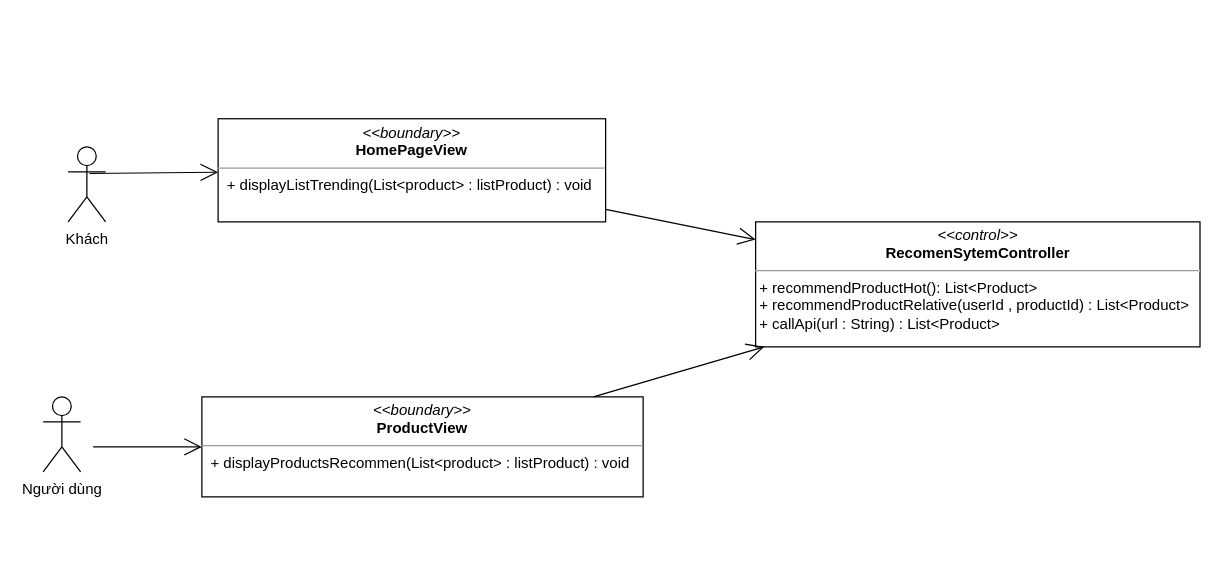
Above: class diagram/recommend-class-diagram.drawio in nguyenphamvan/datn_20202 (draw.io), before the change. Source tidied: cells renumbered, new cells numbered last; positions are measured from the earlier drawing's top-left corner, leaving out a move shared by most shapes. Both pictures are drawn from the tidied source at 125%, with x=0, y=0 at pixel (42, 119).
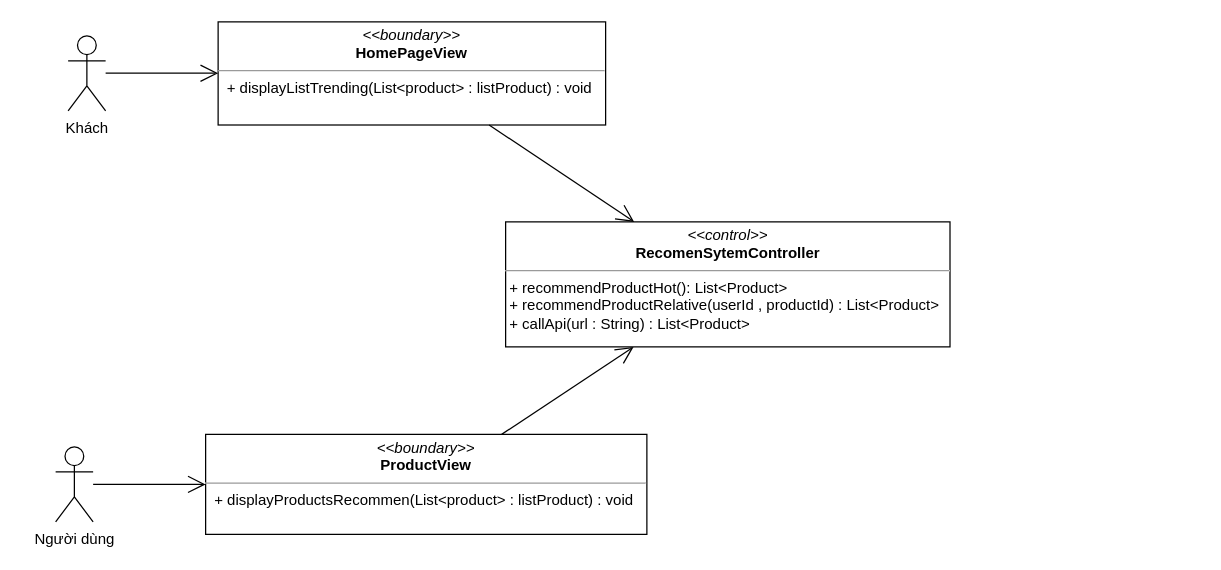
The same diagram, later.

The edit, as a diff of the source:
```diff
@@
 <mxGraphModel>
   <root>
     <mxCell id="0" />
     <mxCell id="1" parent="0" />
     <mxCell id="2" value="&lt;p style=&quot;margin: 0px ; margin-top: 4px ; text-align: center&quot;&gt;&lt;i&gt;&amp;lt;&amp;lt;boundary&amp;gt;&amp;gt;&lt;/i&gt;&lt;br&gt;&lt;b&gt;HomePageView&lt;/b&gt;&lt;/p&gt;&lt;hr size=&quot;1&quot;&gt;&lt;p style=&quot;margin: 0px ; margin-left: 4px&quot;&gt;&lt;span&gt;&amp;nbsp;+ displayListTrending(List&amp;lt;product&amp;gt; : listProduct) : void&lt;/span&gt;&lt;br&gt;&lt;/p&gt;" style="verticalAlign=top;align=left;overflow=fill;fontSize=12;fontFamily=Helvetica;html=1;" parent="1" vertex="1">
-      <mxGeometry x="140" y="-0.5" width="310" height="82.5" as="geometry" />
+      <mxGeometry x="140" y="-78" width="310" height="82.5" as="geometry" />
     </mxCell>
     <mxCell id="3" value="Người dùng" style="shape=umlActor;verticalLabelPosition=bottom;verticalAlign=top;html=1;" parent="1" vertex="1">
-      <mxGeometry y="222" width="30" height="60" as="geometry" />
+      <mxGeometry x="10" y="262" width="30" height="60" as="geometry" />
     </mxCell>
     <mxCell id="4" value="&lt;p style=&quot;margin: 0px ; margin-top: 4px ; text-align: center&quot;&gt;&lt;i&gt;&amp;lt;&amp;lt;boundary&amp;gt;&amp;gt;&lt;/i&gt;&lt;br&gt;&lt;b&gt;ProductView&lt;/b&gt;&lt;/p&gt;&lt;hr size=&quot;1&quot;&gt;&lt;p style=&quot;margin: 0px ; margin-left: 4px&quot;&gt;&lt;span&gt;&amp;nbsp;+ displayProductsRecommen(List&amp;lt;product&amp;gt; : listProduct) : void&lt;/span&gt;&lt;br&gt;&lt;/p&gt;" style="verticalAlign=top;align=left;overflow=fill;fontSize=12;fontFamily=Helvetica;html=1;" parent="1" vertex="1">
-      <mxGeometry x="127" y="222" width="353" height="80" as="geometry" />
+      <mxGeometry x="130" y="252" width="353" height="80" as="geometry" />
     </mxCell>
     <mxCell id="5" value="&lt;p style=&quot;margin: 0px ; margin-top: 4px ; text-align: center&quot;&gt;&lt;i&gt;&amp;lt;&amp;lt;control&amp;gt;&amp;gt;&lt;/i&gt;&lt;br&gt;&lt;b&gt;RecomenSytemController&lt;/b&gt;&lt;/p&gt;&lt;hr size=&quot;1&quot;&gt;&amp;nbsp;+ recommendProductHot(): List&amp;lt;Product&amp;gt;&lt;br&gt;&amp;nbsp;+ recommendProductRelative(userId , productId) : List&amp;lt;Product&amp;gt;&lt;br&gt;&amp;nbsp;+ callApi(url : String) : List&amp;lt;Product&amp;gt;" style="verticalAlign=top;align=left;overflow=fill;fontSize=12;fontFamily=Helvetica;html=1;" parent="1" vertex="1">
-      <mxGeometry x="570" y="82" width="355.5" height="100" as="geometry" />
+      <mxGeometry x="370" y="82" width="355.5" height="100" as="geometry" />
     </mxCell>
     <mxCell id="6" value="Khách" style="shape=umlActor;verticalLabelPosition=bottom;verticalAlign=top;html=1;" parent="1" vertex="1">
-      <mxGeometry x="20" y="22" width="30" height="60" as="geometry" />
+      <mxGeometry x="20" y="-66.8" width="30" height="60" as="geometry" />
     </mxCell>
-    <mxCell id="7" style="endArrow=open;endFill=1;endSize=12;html=1;exitX=0.567;exitY=0.355;exitDx=0;exitDy=0;exitPerimeter=0;" parent="1" edge="1" source="6" target="2">
-      <mxGeometry relative="1" as="geometry" />
+    <mxCell id="7" style="endArrow=open;endFill=1;endSize=12;html=1;" parent="1" edge="1" target="2">
+      <mxGeometry relative="1" as="geometry">
+        <mxPoint x="50" y="-37" as="sourcePoint" />
+      </mxGeometry>
     </mxCell>
     <mxCell id="8" style="endArrow=open;endFill=1;endSize=12;html=1;" parent="1" edge="1" source="2" target="5">
       <mxGeometry relative="1" as="geometry" />
     </mxCell>
     <mxCell id="9" style="endArrow=open;endFill=1;endSize=12;html=1;" parent="1" edge="1" source="4" target="5">
       <mxGeometry relative="1" as="geometry" />
     </mxCell>
     <mxCell id="10" style="endArrow=open;endFill=1;endSize=12;html=1;" parent="1" edge="1" target="4">
       <mxGeometry relative="1" as="geometry">
-        <mxPoint x="40" y="262" as="sourcePoint" />
+        <mxPoint x="40" y="292" as="sourcePoint" />
       </mxGeometry>
     </mxCell>
   </root>
 </mxGraphModel>
```
